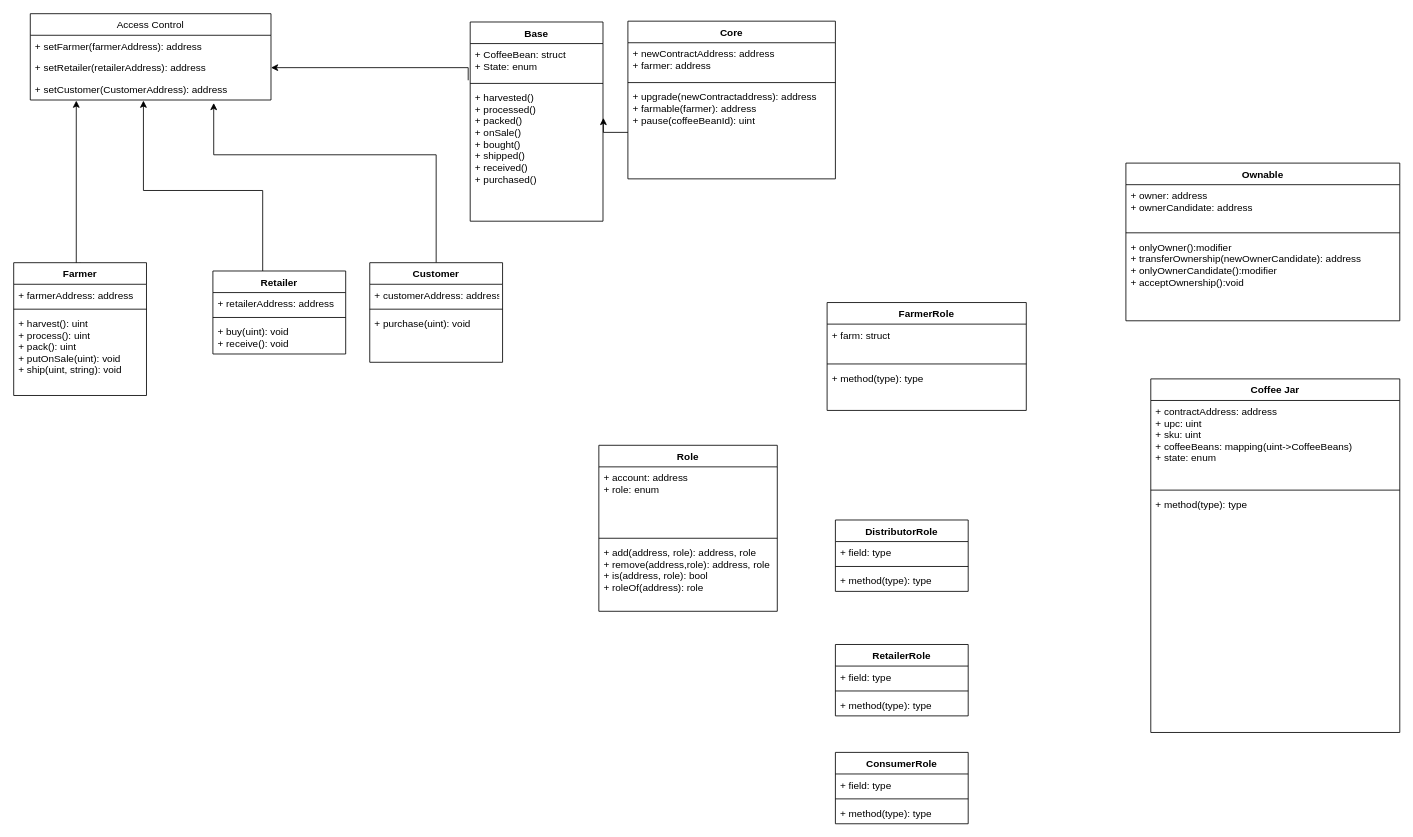
Above: UML and write-ups/UML Source/Class Diagram.drawio in abuaesh/CoffeeSupplyChain (draw.io), before the change. Source tidied: cells renumbered, new cells numbered last; positions are measured from the earlier drawing's top-left corner, leaving out a move shared by most shapes. Both pictures are drawn from the tidied source at 83%, with x=0, y=0 at pixel (13, 13).
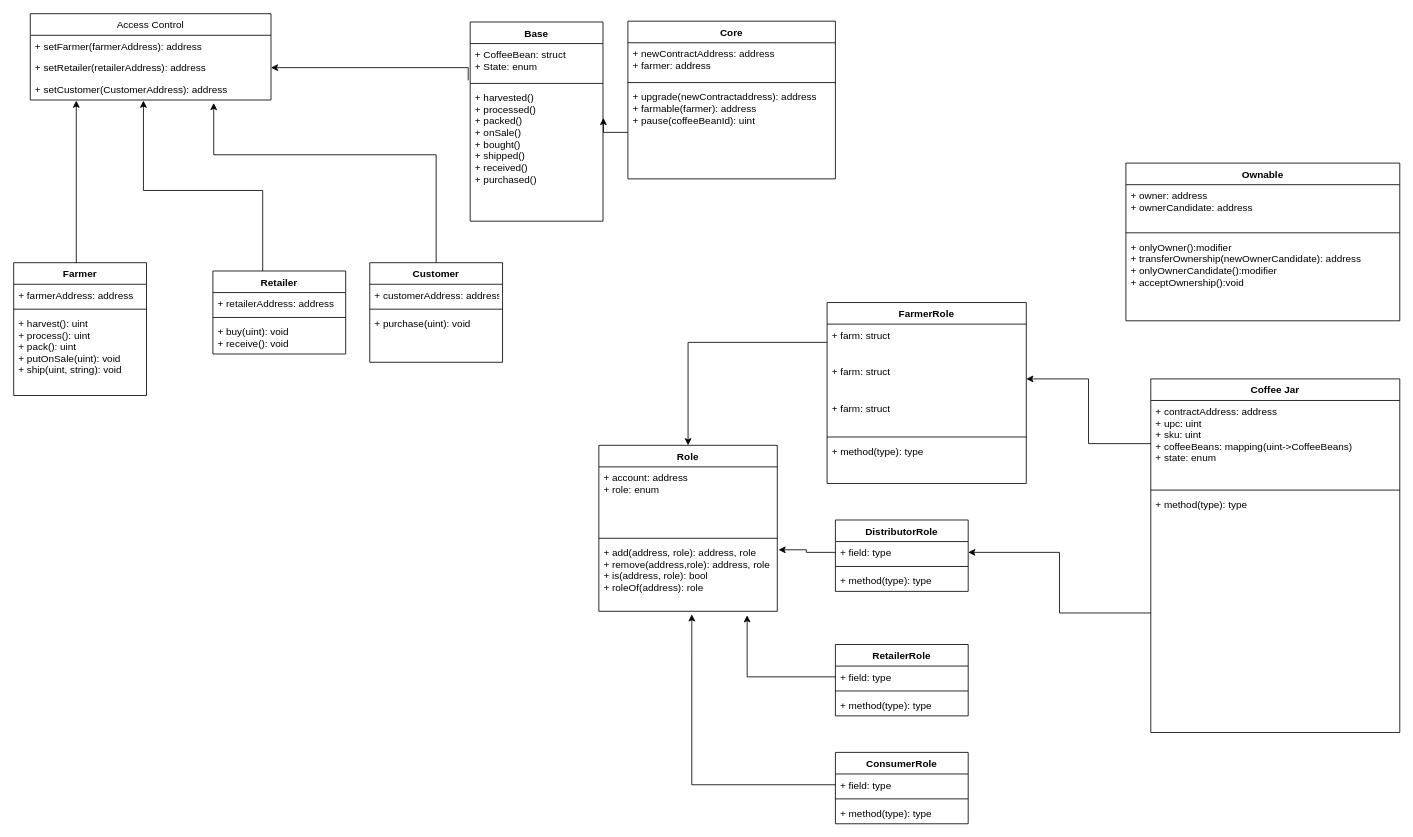
The same page after the edit.

Unchanged cells that the change refers to:
```xml
<mxCell id="32" value="+ contractAddress: address&#10;+ upc: uint&#10;+ sku: uint&#10;+ coffeeBeans: mapping(uint-&gt;CoffeeBeans)&#10;+ state: enum" style="text;strokeColor=none;fillColor=none;align=left;verticalAlign=top;spacingLeft=4;spacingRight=4;overflow=hidden;points=[[0,0.5],[1,0.5]];portConstraint=eastwest;" parent="31" vertex="1">
  <mxGeometry y="26" width="300" height="104" as="geometry" />
</mxCell>
<mxCell id="34" value="+ method(type): type" style="text;strokeColor=none;fillColor=none;align=left;verticalAlign=top;spacingLeft=4;spacingRight=4;overflow=hidden;points=[[0,0.5],[1,0.5]];portConstraint=eastwest;" parent="31" vertex="1">
  <mxGeometry y="138" width="300" height="288" as="geometry" />
</mxCell>
<mxCell id="44" value="+ field: type" style="text;strokeColor=none;fillColor=none;align=left;verticalAlign=top;spacingLeft=4;spacingRight=4;overflow=hidden;points=[[0,0.5],[1,0.5]];portConstraint=eastwest;" parent="43" vertex="1">
  <mxGeometry y="26" width="160" height="26" as="geometry" />
</mxCell>
<mxCell id="48" value="+ field: type" style="text;strokeColor=none;fillColor=none;align=left;verticalAlign=top;spacingLeft=4;spacingRight=4;overflow=hidden;points=[[0,0.5],[1,0.5]];portConstraint=eastwest;" parent="47" vertex="1">
  <mxGeometry y="26" width="160" height="26" as="geometry" />
</mxCell>
<mxCell id="52" value="+ field: type" style="text;strokeColor=none;fillColor=none;align=left;verticalAlign=top;spacingLeft=4;spacingRight=4;overflow=hidden;points=[[0,0.5],[1,0.5]];portConstraint=eastwest;" parent="51" vertex="1">
  <mxGeometry y="26" width="160" height="26" as="geometry" />
</mxCell>
<mxCell id="55" value="Role" style="swimlane;fontStyle=1;align=center;verticalAlign=top;horizontal=1;startSize=26;" parent="1" vertex="1">
  <mxGeometry x="705" y="520" width="215" height="200" as="geometry" />
</mxCell>
<mxCell id="58" value="+ add(address, role): address, role&#10;+ remove(address,role): address, role&#10;+ is(address, role): bool&#10;+ roleOf(address): role" style="text;strokeColor=none;fillColor=none;align=left;verticalAlign=top;spacingLeft=4;spacingRight=4;overflow=hidden;points=[[0,0.5],[1,0.5]];portConstraint=eastwest;" parent="55" vertex="1">
  <mxGeometry y="116" width="215" height="84" as="geometry" />
</mxCell>
```

The edit, as a diff of the source:
```diff
@@
     <mxCell id="39" value="FarmerRole" style="swimlane;fontStyle=1;align=center;verticalAlign=top;horizontal=1;startSize=26;" parent="1" vertex="1">
-      <mxGeometry x="980" y="348" width="240" height="130" as="geometry" />
+      <mxGeometry x="980" y="348" width="240" height="218" as="geometry" />
     </mxCell>
+    <mxCell id="59" value="+ farm: struct" style="text;strokeColor=none;fillColor=none;align=left;verticalAlign=top;spacingLeft=4;spacingRight=4;overflow=hidden;points=[[0,0.5],[1,0.5]];portConstraint=eastwest;" parent="39" vertex="1">
+      <mxGeometry y="26" width="240" height="44" as="geometry" />
+    </mxCell>
+    <mxCell id="60" value="+ farm: struct" style="text;strokeColor=none;fillColor=none;align=left;verticalAlign=top;spacingLeft=4;spacingRight=4;overflow=hidden;points=[[0,0.5],[1,0.5]];portConstraint=eastwest;" parent="39" vertex="1">
+      <mxGeometry y="70" width="240" height="44" as="geometry" />
+    </mxCell>
     <mxCell id="40" value="+ farm: struct" style="text;strokeColor=none;fillColor=none;align=left;verticalAlign=top;spacingLeft=4;spacingRight=4;overflow=hidden;" parent="39" vertex="1">
-      <mxGeometry y="26" width="240" height="44" as="geometry" />
+      <mxGeometry y="114" width="240" height="44" as="geometry" />
     </mxCell>
     <mxCell id="41" style="line;strokeWidth=1;fillColor=none;align=left;verticalAlign=middle;spacingTop=-1;spacingLeft=3;spacingRight=3;labelPosition=right;" parent="39" vertex="1">
-      <mxGeometry y="70" width="240" height="8" as="geometry" />
+      <mxGeometry y="158" width="240" height="8" as="geometry" />
     </mxCell>
     <mxCell id="42" value="+ method(type): type" style="text;strokeColor=none;fillColor=none;align=left;verticalAlign=top;spacingLeft=4;spacingRight=4;overflow=hidden;" parent="39" vertex="1">
-      <mxGeometry y="78" width="240" height="52" as="geometry" />
+      <mxGeometry y="166" width="240" height="52" as="geometry" />
     </mxCell>
@@
+    <mxCell id="61" style="edgeStyle=orthogonalEdgeStyle;rounded=0;jettySize=auto;html=1;entryX=0.5;entryY=0;entryDx=0;entryDy=0;" parent="1" edge="1" source="59" target="55">
+      <mxGeometry relative="1" as="geometry" />
+    </mxCell>
+    <mxCell id="62" style="edgeStyle=orthogonalEdgeStyle;rounded=0;jettySize=auto;html=1;exitX=0;exitY=0.5;exitDx=0;exitDy=0;entryX=1.007;entryY=0.118;entryDx=0;entryDy=0;entryPerimeter=0;" parent="1" edge="1" source="44" target="58">
+      <mxGeometry relative="1" as="geometry" />
+    </mxCell>
+    <mxCell id="63" style="edgeStyle=orthogonalEdgeStyle;rounded=0;jettySize=auto;html=1;exitX=0;exitY=0.5;exitDx=0;exitDy=0;entryX=0.831;entryY=1.057;entryDx=0;entryDy=0;entryPerimeter=0;" parent="1" edge="1" source="48" target="58">
+      <mxGeometry relative="1" as="geometry">
+        <Array as="points">
+          <mxPoint x="884" y="799" />
+        </Array>
+      </mxGeometry>
+    </mxCell>
+    <mxCell id="64" style="edgeStyle=orthogonalEdgeStyle;rounded=0;jettySize=auto;html=1;exitX=0;exitY=0.5;exitDx=0;exitDy=0;entryX=0.521;entryY=1.044;entryDx=0;entryDy=0;entryPerimeter=0;" parent="1" edge="1" source="52" target="58">
+      <mxGeometry relative="1" as="geometry">
+        <Array as="points">
+          <mxPoint x="817" y="929" />
+        </Array>
+      </mxGeometry>
+    </mxCell>
+    <mxCell id="65" style="edgeStyle=orthogonalEdgeStyle;rounded=0;jettySize=auto;html=1;exitX=0;exitY=0.5;exitDx=0;exitDy=0;entryX=1;entryY=0.5;entryDx=0;entryDy=0;" parent="1" edge="1" source="32" target="60">
+      <mxGeometry relative="1" as="geometry" />
+    </mxCell>
+    <mxCell id="66" style="edgeStyle=orthogonalEdgeStyle;rounded=0;jettySize=auto;html=1;exitX=0;exitY=0.5;exitDx=0;exitDy=0;entryX=1;entryY=0.5;entryDx=0;entryDy=0;" parent="1" edge="1" source="34" target="44">
+      <mxGeometry relative="1" as="geometry" />
+    </mxCell>
```
